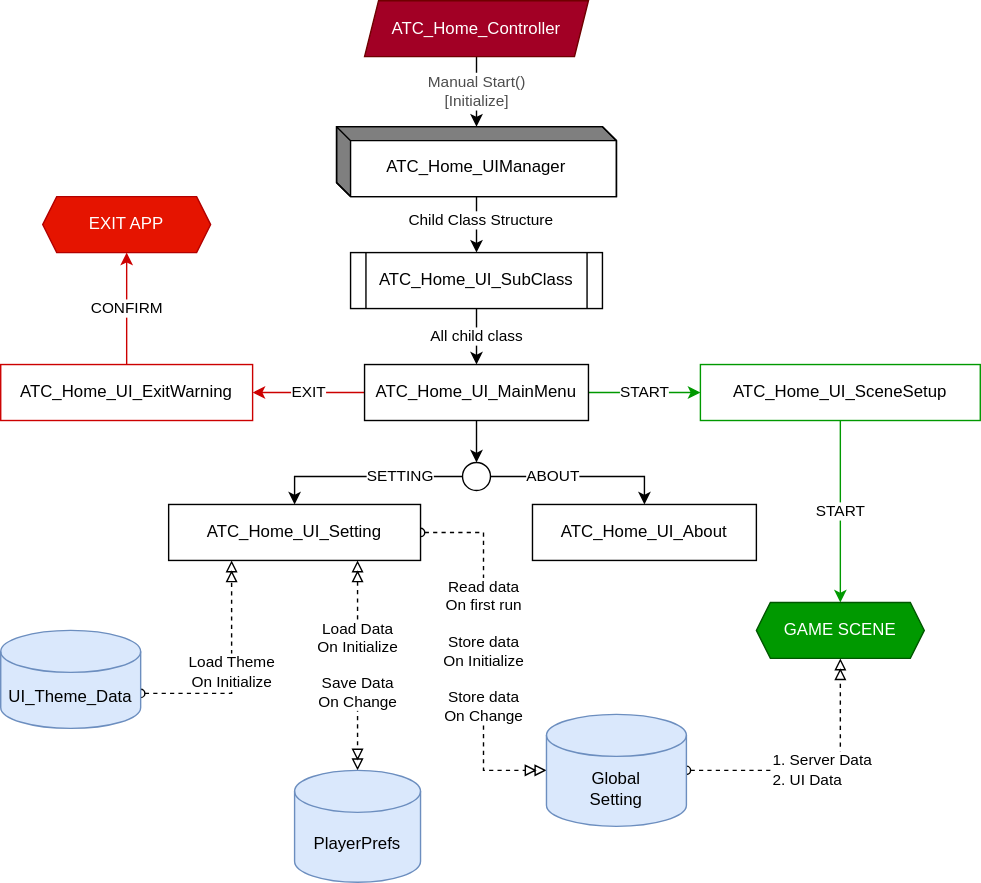
Above: Assets/Script/ATC_Home/-flow-chart-01.drawio.svg in sabbirahmedsr/BAF-ATC-Test-UI-Toolkit-Operator-URP-U.6.1 (draw.io), before the change. Source tidied: cells renumbered, new cells last; positions are measured from the earlier drawing's top-left corner, leaving out a move shared by most shapes. The source it was exported from:
```xml
<mxGraphModel>
  <root>
    <mxCell id="0" />
    <mxCell id="1" parent="0" />
    <mxCell id="2" value="Manual Start()&#10;[Initialize]" style="edgeStyle=none;html=1;fontColor=light-dark(#4D4D4D,#CCCCCC);textShadow=0;labelBackgroundColor=default;labelBorderColor=none;" parent="1" edge="1" source="3" target="20">
      <mxGeometry relative="1" as="geometry" />
    </mxCell>
    <mxCell id="3" value="ATC_Home_Controller" style="rounded=0;whiteSpace=wrap;html=1;shape=parallelogram;perimeter=parallelogramPerimeter;fixedSize=1;size=10;fillColor=#a20025;fontColor=#ffffff;strokeColor=#6F0000;" parent="1" vertex="1">
      <mxGeometry x="260" width="160" height="40" as="geometry" />
    </mxCell>
    <mxCell id="4" value="ATC_Home_UI_About" style="rounded=0;whiteSpace=wrap;html=1;" parent="1" vertex="1">
      <mxGeometry x="380" y="360" width="160" height="40" as="geometry" />
    </mxCell>
    <mxCell id="5" value="CONFIRM" style="edgeStyle=orthogonalEdgeStyle;rounded=0;jettySize=auto;html=1;strokeColor=light-dark(#CC0000,#CC0000);" parent="1" edge="1" source="6" target="25">
      <mxGeometry relative="1" as="geometry" />
    </mxCell>
    <mxCell id="6" value="ATC_Home_UI_ExitWarning" style="rounded=0;whiteSpace=wrap;html=1;strokeColor=light-dark(#CC0000,#EDEDED);" parent="1" vertex="1">
      <mxGeometry y="260" width="180" height="40" as="geometry" />
    </mxCell>
    <mxCell id="7" value="START" style="edgeStyle=none;html=1;entryX=0;entryY=0.5;entryDx=0;entryDy=0;exitX=1;exitY=0.5;exitDx=0;exitDy=0;labelPosition=center;verticalLabelPosition=middle;align=center;verticalAlign=middle;strokeColor=#009900;fontColor=light-dark(#000000,#CCCCCC);" parent="1" edge="1" source="10" target="12">
      <mxGeometry relative="1" as="geometry" />
    </mxCell>
    <mxCell id="8" value="EXIT" style="edgeStyle=none;html=1;entryX=1;entryY=0.5;entryDx=0;entryDy=0;exitX=0;exitY=0.5;exitDx=0;exitDy=0;strokeColor=light-dark(#CC0000,#CC0000);fontColor=light-dark(#000000,#CCCCCC);" parent="1" edge="1" source="10" target="6">
      <mxGeometry relative="1" as="geometry" />
    </mxCell>
    <mxCell id="9" style="edgeStyle=none;html=1;entryX=0.5;entryY=0;entryDx=0;entryDy=0;" parent="1" edge="1" source="10" target="23">
      <mxGeometry relative="1" as="geometry" />
    </mxCell>
    <mxCell id="10" value="ATC_Home_UI_MainMenu" style="rounded=0;whiteSpace=wrap;html=1;" parent="1" vertex="1">
      <mxGeometry x="260" y="260" width="160" height="40" as="geometry" />
    </mxCell>
    <mxCell id="11" value="START" style="edgeStyle=orthogonalEdgeStyle;rounded=0;jettySize=auto;html=1;entryX=0.5;entryY=0;entryDx=0;entryDy=0;exitX=0.5;exitY=1;exitDx=0;exitDy=0;strokeColor=#009900;fontColor=light-dark(#000000,#CCCCCC);" parent="1" edge="1" source="12" target="24">
      <mxGeometry relative="1" as="geometry" />
    </mxCell>
    <mxCell id="12" value="ATC_Home_UI_SceneSetup" style="rounded=0;whiteSpace=wrap;html=1;strokeColor=#009900;" parent="1" vertex="1">
      <mxGeometry x="500" y="260" width="200" height="40" as="geometry" />
    </mxCell>
    <mxCell id="13" value="&lt;div&gt;Read data&lt;/div&gt;&lt;div&gt;On first run&lt;/div&gt;&lt;div&gt;&lt;br&gt;&lt;/div&gt;Store data&lt;div&gt;On Initialize&lt;/div&gt;&lt;div&gt;&lt;br&gt;&lt;/div&gt;&lt;div&gt;Store data&lt;/div&gt;&lt;div&gt;On Change&lt;/div&gt;" style="edgeStyle=elbowEdgeStyle;html=1;rounded=0;dashed=1;verticalAlign=middle;flowAnimation=0;startArrow=oval;startFill=0;endArrow=doubleBlock;endFill=0;fontColor=light-dark(#000000,#CCCCCC);" parent="1" edge="1" source="15" target="27">
      <mxGeometry relative="1" as="geometry" />
    </mxCell>
    <mxCell id="14" value="Load Data&lt;div&gt;On Initialize&lt;/div&gt;&lt;div&gt;&lt;br&gt;&lt;/div&gt;&lt;div&gt;Save Data&lt;/div&gt;&lt;div&gt;On Change&lt;/div&gt;" style="edgeStyle=orthogonalEdgeStyle;shape=connector;curved=0;rounded=0;html=1;entryX=0.5;entryY=0;entryDx=0;entryDy=0;strokeColor=default;align=center;verticalAlign=middle;fontFamily=Helvetica;fontSize=11;fontColor=light-dark(#000000,#CCCCCC);labelBackgroundColor=default;endArrow=doubleBlock;exitX=0.75;exitY=1;exitDx=0;exitDy=0;dashed=1;startArrow=doubleBlock;startFill=0;endFill=0;entryPerimeter=0;" parent="1" edge="1" source="15" target="28">
      <mxGeometry relative="1" as="geometry" />
    </mxCell>
    <mxCell id="15" value="ATC_Home_UI_Setting" style="rounded=0;whiteSpace=wrap;html=1;" parent="1" vertex="1">
      <mxGeometry x="120" y="360" width="180" height="40" as="geometry" />
    </mxCell>
    <mxCell id="16" value="All child class" style="edgeStyle=none;html=1;exitX=0.5;exitY=1;exitDx=0;exitDy=0;fontColor=light-dark(#000000,#CCCCCC);" parent="1" edge="1" source="17" target="10">
      <mxGeometry relative="1" as="geometry" />
    </mxCell>
    <mxCell id="17" value="ATC_Home_UI_SubClass" style="rounded=0;whiteSpace=wrap;html=1;shape=process;backgroundOutline=1;size=0.06249999999999929;" parent="1" vertex="1">
      <mxGeometry x="250" y="180" width="180" height="40" as="geometry" />
    </mxCell>
    <mxCell id="18" style="edgeStyle=none;html=1;" parent="1" edge="1" source="20" target="17">
      <mxGeometry relative="1" as="geometry" />
    </mxCell>
    <mxCell id="19" value="Child Class Structure" style="edgeLabel;html=1;align=center;verticalAlign=middle;fontColor=light-dark(#000000,#CCCCCC);" parent="18" vertex="1">
      <mxGeometry x="-0.19" y="2" relative="1" as="geometry" />
    </mxCell>
    <mxCell id="20" value="ATC_Home_UIManager" style="rounded=0;whiteSpace=wrap;html=1;dashed=0;shape=mxgraph.dfd.externalEntity;verticalAlign=middle;spacing=2;spacingBottom=-8;" parent="1" vertex="1">
      <mxGeometry x="240" y="90" width="200" height="50" as="geometry" />
    </mxCell>
    <mxCell id="21" value="ABOUT" style="edgeStyle=orthogonalEdgeStyle;html=1;entryX=0.5;entryY=0;entryDx=0;entryDy=0;labelPosition=left;verticalLabelPosition=middle;align=right;verticalAlign=middle;rounded=0;curved=0;fontColor=light-dark(#000000,#CCCCCC);" parent="1" edge="1" source="23" target="4">
      <mxGeometry relative="1" as="geometry" />
    </mxCell>
    <mxCell id="22" value="SETTING" style="edgeStyle=orthogonalEdgeStyle;html=1;entryX=0.5;entryY=0;entryDx=0;entryDy=0;labelPosition=right;verticalLabelPosition=middle;align=left;verticalAlign=middle;rounded=0;curved=0;fontColor=light-dark(#000000,#CCCCCC);" parent="1" edge="1" source="23" target="15">
      <mxGeometry relative="1" as="geometry" />
    </mxCell>
    <mxCell id="23" style="ellipse;whiteSpace=wrap;html=1;" parent="1" vertex="1">
      <mxGeometry x="330" y="330" width="20" height="20" as="geometry" />
    </mxCell>
    <mxCell id="24" value="GAME SCENE" style="shape=hexagon;perimeter=hexagonPerimeter2;whiteSpace=wrap;html=1;fixedSize=1;rounded=0;fillColor=light-dark(#009900,#006600);fontColor=light-dark(#FFFFFF,#FFFFFF);strokeColor=#005700;size=10;" parent="1" vertex="1">
      <mxGeometry x="540" y="430" width="120" height="40" as="geometry" />
    </mxCell>
    <mxCell id="25" value="EXIT APP" style="shape=hexagon;perimeter=hexagonPerimeter2;whiteSpace=wrap;html=1;fixedSize=1;rounded=0;fillColor=light-dark(#E51400,#CC0000);fontColor=light-dark(#FFFFFF,#FFFFFF);strokeColor=#B20000;size=10;" parent="1" vertex="1">
      <mxGeometry x="30" y="140" width="120" height="40" as="geometry" />
    </mxCell>
    <mxCell id="26" value="&lt;span style=&quot;background-color: light-dark(#ffffff, var(--ge-dark-color, #121212));&quot;&gt;1. Server Data&lt;/span&gt;&lt;br&gt;&lt;span style=&quot;background-color: light-dark(#ffffff, var(--ge-dark-color, #121212));&quot;&gt;2. UI Data&lt;/span&gt;" style="html=1;entryX=0.5;entryY=1;entryDx=0;entryDy=0;elbow=vertical;verticalAlign=middle;align=left;horizontal=1;edgeStyle=orthogonalEdgeStyle;dashed=1;startArrow=oval;startFill=0;endArrow=doubleBlock;endFill=0;fontColor=light-dark(#000000,#CCCCCC);" parent="1" edge="1" source="27" target="24">
      <mxGeometry x="-0.37" relative="1" as="geometry" />
    </mxCell>
    <mxCell id="27" value="Global&lt;div&gt;Setting&lt;/div&gt;" style="shape=cylinder3;whiteSpace=wrap;html=1;boundedLbl=1;backgroundOutline=1;size=15;fillColor=#dae8fc;strokeColor=#6c8ebf;verticalAlign=middle;" parent="1" vertex="1">
      <mxGeometry x="390" y="510" width="100" height="80" as="geometry" />
    </mxCell>
    <mxCell id="28" value="PlayerPrefs" style="shape=cylinder3;whiteSpace=wrap;html=1;boundedLbl=1;backgroundOutline=1;size=15;fillColor=#dae8fc;strokeColor=#6c8ebf;" parent="1" vertex="1">
      <mxGeometry x="210" y="550" width="90" height="80" as="geometry" />
    </mxCell>
    <mxCell id="29" value="Load Theme&lt;div&gt;On Initialize&lt;/div&gt;" style="shape=connector;rounded=0;html=1;strokeColor=default;align=center;verticalAlign=middle;fontFamily=Helvetica;fontSize=11;fontColor=light-dark(#000000,#CCCCCC);labelBackgroundColor=default;endArrow=doubleBlock;exitX=1;exitY=0;exitDx=0;exitDy=45;exitPerimeter=0;entryX=0.25;entryY=1;entryDx=0;entryDy=0;elbow=vertical;edgeStyle=orthogonalEdgeStyle;dashed=1;jumpStyle=none;startArrow=oval;startFill=0;endFill=0;" parent="1" edge="1" source="30" target="15">
      <mxGeometry relative="1" as="geometry" />
    </mxCell>
    <mxCell id="30" value="UI_Theme_Data" style="shape=cylinder3;whiteSpace=wrap;html=1;boundedLbl=1;backgroundOutline=1;size=15;fillColor=#dae8fc;strokeColor=#6c8ebf;verticalAlign=middle;" parent="1" vertex="1">
      <mxGeometry y="450" width="100" height="70" as="geometry" />
    </mxCell>
  </root>
</mxGraphModel>
```
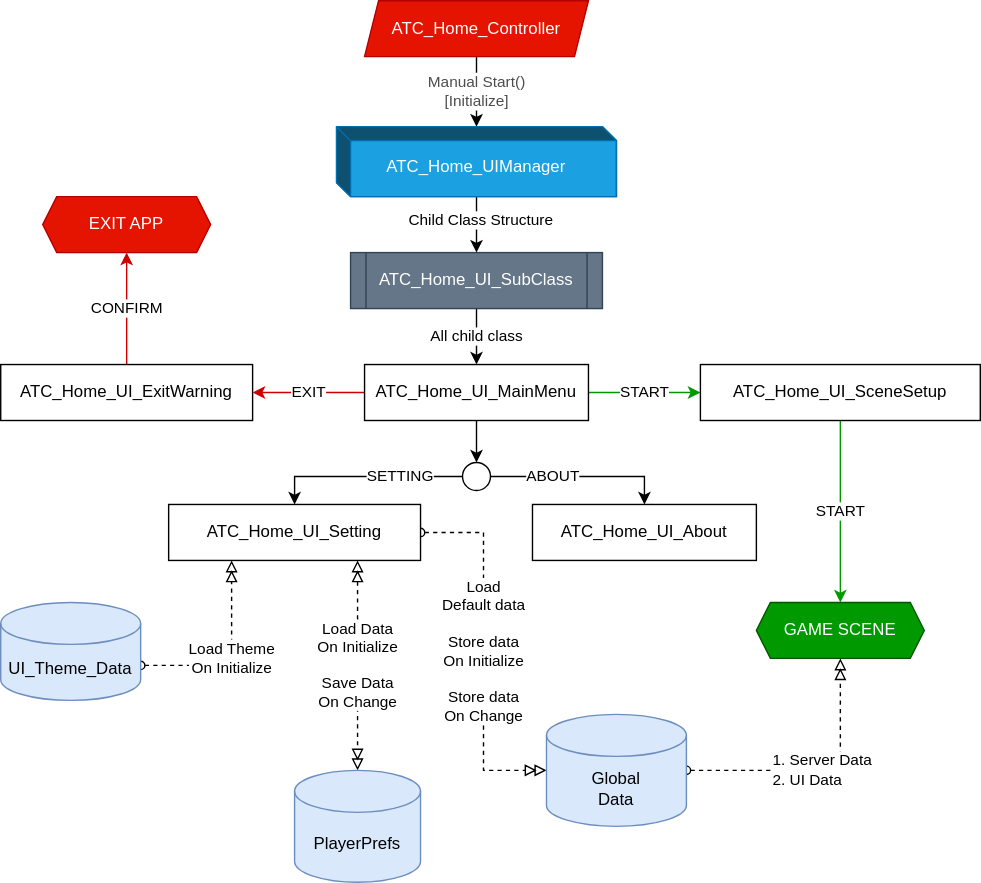
Above is the later version.

Diff of the diagram source:
```diff
@@ -5,7 +5,7 @@
     <mxCell id="2" value="Manual Start()&#10;[Initialize]" style="edgeStyle=none;html=1;fontColor=light-dark(#4D4D4D,#CCCCCC);textShadow=0;labelBackgroundColor=default;labelBorderColor=none;" parent="1" edge="1" source="3" target="20">
       <mxGeometry relative="1" as="geometry" />
     </mxCell>
-    <mxCell id="3" value="ATC_Home_Controller" style="rounded=0;whiteSpace=wrap;html=1;shape=parallelogram;perimeter=parallelogramPerimeter;fixedSize=1;size=10;fillColor=#a20025;fontColor=#ffffff;strokeColor=#6F0000;" parent="1" vertex="1">
+    <mxCell id="3" value="ATC_Home_Controller" style="rounded=0;whiteSpace=wrap;html=1;shape=parallelogram;perimeter=parallelogramPerimeter;fixedSize=1;size=10;fillColor=#e51400;fontColor=#ffffff;strokeColor=#B20000;" parent="1" vertex="1">
       <mxGeometry x="260" width="160" height="40" as="geometry" />
     </mxCell>
     <mxCell id="4" value="ATC_Home_UI_About" style="rounded=0;whiteSpace=wrap;html=1;" parent="1" vertex="1">
@@ -14,7 +14,7 @@
     <mxCell id="5" value="CONFIRM" style="edgeStyle=orthogonalEdgeStyle;rounded=0;jettySize=auto;html=1;strokeColor=light-dark(#CC0000,#CC0000);" parent="1" edge="1" source="6" target="25">
       <mxGeometry relative="1" as="geometry" />
     </mxCell>
-    <mxCell id="6" value="ATC_Home_UI_ExitWarning" style="rounded=0;whiteSpace=wrap;html=1;strokeColor=light-dark(#CC0000,#EDEDED);" parent="1" vertex="1">
+    <mxCell id="6" value="ATC_Home_UI_ExitWarning" style="rounded=0;whiteSpace=wrap;html=1;" parent="1" vertex="1">
       <mxGeometry y="260" width="180" height="40" as="geometry" />
     </mxCell>
     <mxCell id="7" value="START" style="edgeStyle=none;html=1;entryX=0;entryY=0.5;entryDx=0;entryDy=0;exitX=1;exitY=0.5;exitDx=0;exitDy=0;labelPosition=center;verticalLabelPosition=middle;align=center;verticalAlign=middle;strokeColor=#009900;fontColor=light-dark(#000000,#CCCCCC);" parent="1" edge="1" source="10" target="12">
@@ -32,10 +32,10 @@
     <mxCell id="11" value="START" style="edgeStyle=orthogonalEdgeStyle;rounded=0;jettySize=auto;html=1;entryX=0.5;entryY=0;entryDx=0;entryDy=0;exitX=0.5;exitY=1;exitDx=0;exitDy=0;strokeColor=#009900;fontColor=light-dark(#000000,#CCCCCC);" parent="1" edge="1" source="12" target="24">
       <mxGeometry relative="1" as="geometry" />
     </mxCell>
-    <mxCell id="12" value="ATC_Home_UI_SceneSetup" style="rounded=0;whiteSpace=wrap;html=1;strokeColor=#009900;" parent="1" vertex="1">
+    <mxCell id="12" value="ATC_Home_UI_SceneSetup" style="rounded=0;whiteSpace=wrap;html=1;" parent="1" vertex="1">
       <mxGeometry x="500" y="260" width="200" height="40" as="geometry" />
     </mxCell>
-    <mxCell id="13" value="&lt;div&gt;Read data&lt;/div&gt;&lt;div&gt;On first run&lt;/div&gt;&lt;div&gt;&lt;br&gt;&lt;/div&gt;Store data&lt;div&gt;On Initialize&lt;/div&gt;&lt;div&gt;&lt;br&gt;&lt;/div&gt;&lt;div&gt;Store data&lt;/div&gt;&lt;div&gt;On Change&lt;/div&gt;" style="edgeStyle=elbowEdgeStyle;html=1;rounded=0;dashed=1;verticalAlign=middle;flowAnimation=0;startArrow=oval;startFill=0;endArrow=doubleBlock;endFill=0;fontColor=light-dark(#000000,#CCCCCC);" parent="1" edge="1" source="15" target="27">
+    <mxCell id="13" value="&lt;div&gt;Load&lt;/div&gt;&lt;div&gt;Default data&lt;/div&gt;&lt;div&gt;&lt;span style=&quot;background-color: light-dark(#ffffff, var(--ge-dark-color, #121212));&quot;&gt;&lt;br&gt;&lt;/span&gt;&lt;/div&gt;&lt;div&gt;&lt;span style=&quot;background-color: light-dark(#ffffff, var(--ge-dark-color, #121212));&quot;&gt;Store data&lt;/span&gt;&lt;/div&gt;&lt;div&gt;On Initialize&lt;/div&gt;&lt;div&gt;&lt;br&gt;&lt;/div&gt;&lt;div&gt;Store data&lt;/div&gt;&lt;div&gt;On Change&lt;/div&gt;" style="edgeStyle=elbowEdgeStyle;html=1;rounded=0;dashed=1;verticalAlign=middle;flowAnimation=0;startArrow=oval;startFill=0;endArrow=doubleBlock;endFill=0;fontColor=light-dark(#000000,#CCCCCC);" parent="1" edge="1" source="15" target="27">
       <mxGeometry relative="1" as="geometry" />
     </mxCell>
     <mxCell id="14" value="Load Data&lt;div&gt;On Initialize&lt;/div&gt;&lt;div&gt;&lt;br&gt;&lt;/div&gt;&lt;div&gt;Save Data&lt;/div&gt;&lt;div&gt;On Change&lt;/div&gt;" style="edgeStyle=orthogonalEdgeStyle;shape=connector;curved=0;rounded=0;html=1;entryX=0.5;entryY=0;entryDx=0;entryDy=0;strokeColor=default;align=center;verticalAlign=middle;fontFamily=Helvetica;fontSize=11;fontColor=light-dark(#000000,#CCCCCC);labelBackgroundColor=default;endArrow=doubleBlock;exitX=0.75;exitY=1;exitDx=0;exitDy=0;dashed=1;startArrow=doubleBlock;startFill=0;endFill=0;entryPerimeter=0;" parent="1" edge="1" source="15" target="28">
@@ -47,7 +47,7 @@
     <mxCell id="16" value="All child class" style="edgeStyle=none;html=1;exitX=0.5;exitY=1;exitDx=0;exitDy=0;fontColor=light-dark(#000000,#CCCCCC);" parent="1" edge="1" source="17" target="10">
       <mxGeometry relative="1" as="geometry" />
     </mxCell>
-    <mxCell id="17" value="ATC_Home_UI_SubClass" style="rounded=0;whiteSpace=wrap;html=1;shape=process;backgroundOutline=1;size=0.06249999999999929;" parent="1" vertex="1">
+    <mxCell id="17" value="ATC_Home_UI_SubClass" style="rounded=0;whiteSpace=wrap;html=1;shape=process;backgroundOutline=1;size=0.06249999999999929;fillColor=#647687;fontColor=#ffffff;strokeColor=#314354;" parent="1" vertex="1">
       <mxGeometry x="250" y="180" width="180" height="40" as="geometry" />
     </mxCell>
     <mxCell id="18" style="edgeStyle=none;html=1;" parent="1" edge="1" source="20" target="17">
@@ -56,7 +56,7 @@
     <mxCell id="19" value="Child Class Structure" style="edgeLabel;html=1;align=center;verticalAlign=middle;fontColor=light-dark(#000000,#CCCCCC);" parent="18" vertex="1">
       <mxGeometry x="-0.19" y="2" relative="1" as="geometry" />
     </mxCell>
-    <mxCell id="20" value="ATC_Home_UIManager" style="rounded=0;whiteSpace=wrap;html=1;dashed=0;shape=mxgraph.dfd.externalEntity;verticalAlign=middle;spacing=2;spacingBottom=-8;" parent="1" vertex="1">
+    <mxCell id="20" value="ATC_Home_UIManager" style="rounded=0;whiteSpace=wrap;html=1;dashed=0;shape=mxgraph.dfd.externalEntity;verticalAlign=middle;spacing=2;spacingBottom=-8;fillColor=#1ba1e2;fontColor=#ffffff;strokeColor=#006EAF;" parent="1" vertex="1">
       <mxGeometry x="240" y="90" width="200" height="50" as="geometry" />
     </mxCell>
     <mxCell id="21" value="ABOUT" style="edgeStyle=orthogonalEdgeStyle;html=1;entryX=0.5;entryY=0;entryDx=0;entryDy=0;labelPosition=left;verticalLabelPosition=middle;align=right;verticalAlign=middle;rounded=0;curved=0;fontColor=light-dark(#000000,#CCCCCC);" parent="1" edge="1" source="23" target="4">
@@ -77,7 +77,7 @@
     <mxCell id="26" value="&lt;span style=&quot;background-color: light-dark(#ffffff, var(--ge-dark-color, #121212));&quot;&gt;1. Server Data&lt;/span&gt;&lt;br&gt;&lt;span style=&quot;background-color: light-dark(#ffffff, var(--ge-dark-color, #121212));&quot;&gt;2. UI Data&lt;/span&gt;" style="html=1;entryX=0.5;entryY=1;entryDx=0;entryDy=0;elbow=vertical;verticalAlign=middle;align=left;horizontal=1;edgeStyle=orthogonalEdgeStyle;dashed=1;startArrow=oval;startFill=0;endArrow=doubleBlock;endFill=0;fontColor=light-dark(#000000,#CCCCCC);" parent="1" edge="1" source="27" target="24">
       <mxGeometry x="-0.37" relative="1" as="geometry" />
     </mxCell>
-    <mxCell id="27" value="Global&lt;div&gt;Setting&lt;/div&gt;" style="shape=cylinder3;whiteSpace=wrap;html=1;boundedLbl=1;backgroundOutline=1;size=15;fillColor=#dae8fc;strokeColor=#6c8ebf;verticalAlign=middle;" parent="1" vertex="1">
+    <mxCell id="27" value="Global&lt;div&gt;Data&lt;/div&gt;" style="shape=cylinder3;whiteSpace=wrap;html=1;boundedLbl=1;backgroundOutline=1;size=15;fillColor=#dae8fc;strokeColor=#6c8ebf;verticalAlign=middle;" parent="1" vertex="1">
       <mxGeometry x="390" y="510" width="100" height="80" as="geometry" />
     </mxCell>
     <mxCell id="28" value="PlayerPrefs" style="shape=cylinder3;whiteSpace=wrap;html=1;boundedLbl=1;backgroundOutline=1;size=15;fillColor=#dae8fc;strokeColor=#6c8ebf;" parent="1" vertex="1">
@@ -87,7 +87,7 @@
       <mxGeometry relative="1" as="geometry" />
     </mxCell>
     <mxCell id="30" value="UI_Theme_Data" style="shape=cylinder3;whiteSpace=wrap;html=1;boundedLbl=1;backgroundOutline=1;size=15;fillColor=#dae8fc;strokeColor=#6c8ebf;verticalAlign=middle;" parent="1" vertex="1">
-      <mxGeometry y="450" width="100" height="70" as="geometry" />
+      <mxGeometry y="430" width="100" height="70" as="geometry" />
     </mxCell>
   </root>
 </mxGraphModel>
```
